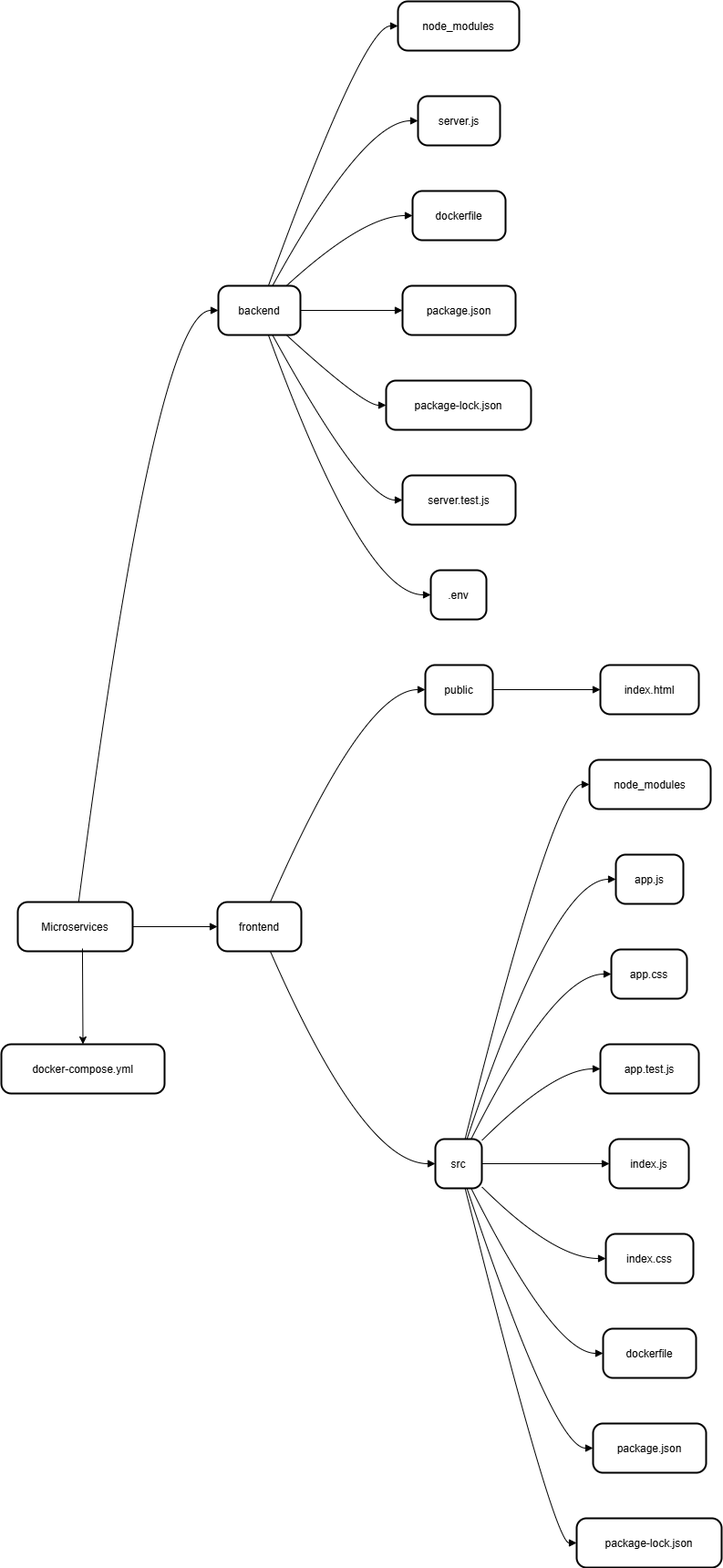
The draw.io diagram Microservices/images/MicroServices.drawio.png in ANANA1218/MicroServices, before a commit. Source tidied: cells renumbered, new cells last; positions are measured from the earlier drawing's top-left corner, leaving out a move shared by most shapes. The source it was exported from:
```xml
<mxGraphModel>
  <root>
    <mxCell id="0" />
    <mxCell id="1" parent="0" />
    <mxCell id="2" value="Microservices" style="rounded=1;arcSize=20;strokeWidth=2;" parent="1" vertex="1">
      <mxGeometry x="18" y="988" width="126" height="54" as="geometry" />
    </mxCell>
    <mxCell id="3" value="backend" style="rounded=1;arcSize=20;strokeWidth=2;" parent="1" vertex="1">
      <mxGeometry x="238" y="312" width="90" height="54" as="geometry" />
    </mxCell>
    <mxCell id="4" value="node_modules" style="rounded=1;arcSize=20;strokeWidth=2;" parent="1" vertex="1">
      <mxGeometry x="435" width="133" height="54" as="geometry" />
    </mxCell>
    <mxCell id="5" value="server.js" style="rounded=1;arcSize=20;strokeWidth=2;" parent="1" vertex="1">
      <mxGeometry x="457" y="104" width="90" height="54" as="geometry" />
    </mxCell>
    <mxCell id="6" value="dockerfile" style="rounded=1;arcSize=20;strokeWidth=2;" parent="1" vertex="1">
      <mxGeometry x="451" y="208" width="102" height="54" as="geometry" />
    </mxCell>
    <mxCell id="7" value="package.json" style="rounded=1;arcSize=20;strokeWidth=2;" parent="1" vertex="1">
      <mxGeometry x="440" y="312" width="124" height="54" as="geometry" />
    </mxCell>
    <mxCell id="8" value="package-lock.json" style="rounded=1;arcSize=20;strokeWidth=2;" parent="1" vertex="1">
      <mxGeometry x="422" y="416" width="159" height="54" as="geometry" />
    </mxCell>
    <mxCell id="9" value="server.test.js" style="rounded=1;arcSize=20;strokeWidth=2;" parent="1" vertex="1">
      <mxGeometry x="440" y="520" width="124" height="54" as="geometry" />
    </mxCell>
    <mxCell id="10" value=".env" style="rounded=1;arcSize=20;strokeWidth=2;" parent="1" vertex="1">
      <mxGeometry x="471" y="624" width="61" height="54" as="geometry" />
    </mxCell>
    <mxCell id="11" value="frontend" style="rounded=1;arcSize=20;strokeWidth=2;" parent="1" vertex="1">
      <mxGeometry x="237" y="988" width="92" height="54" as="geometry" />
    </mxCell>
    <mxCell id="12" value="public" style="rounded=1;arcSize=20;strokeWidth=2;" parent="1" vertex="1">
      <mxGeometry x="465" y="728" width="74" height="54" as="geometry" />
    </mxCell>
    <mxCell id="13" value="index.html" style="rounded=1;arcSize=20;strokeWidth=2;" parent="1" vertex="1">
      <mxGeometry x="657" y="728" width="108" height="54" as="geometry" />
    </mxCell>
    <mxCell id="14" value="src" style="rounded=1;arcSize=20;strokeWidth=2;" parent="1" vertex="1">
      <mxGeometry x="476" y="1248" width="51" height="54" as="geometry" />
    </mxCell>
    <mxCell id="15" value="node_modules" style="rounded=1;arcSize=20;strokeWidth=2;" parent="1" vertex="1">
      <mxGeometry x="645" y="832" width="133" height="54" as="geometry" />
    </mxCell>
    <mxCell id="16" value="app.js" style="rounded=1;arcSize=20;strokeWidth=2;" parent="1" vertex="1">
      <mxGeometry x="674" y="936" width="74" height="54" as="geometry" />
    </mxCell>
    <mxCell id="17" value="app.css" style="rounded=1;arcSize=20;strokeWidth=2;" parent="1" vertex="1">
      <mxGeometry x="669" y="1040" width="83" height="54" as="geometry" />
    </mxCell>
    <mxCell id="18" value="app.test.js" style="rounded=1;arcSize=20;strokeWidth=2;" parent="1" vertex="1">
      <mxGeometry x="657" y="1144" width="108" height="54" as="geometry" />
    </mxCell>
    <mxCell id="19" value="index.js" style="rounded=1;arcSize=20;strokeWidth=2;" parent="1" vertex="1">
      <mxGeometry x="667" y="1248" width="87" height="54" as="geometry" />
    </mxCell>
    <mxCell id="20" value="index.css" style="rounded=1;arcSize=20;strokeWidth=2;" parent="1" vertex="1">
      <mxGeometry x="663" y="1352" width="96" height="54" as="geometry" />
    </mxCell>
    <mxCell id="21" value="dockerfile" style="rounded=1;arcSize=20;strokeWidth=2;" parent="1" vertex="1">
      <mxGeometry x="660" y="1456" width="102" height="54" as="geometry" />
    </mxCell>
    <mxCell id="22" value="package.json" style="rounded=1;arcSize=20;strokeWidth=2;" parent="1" vertex="1">
      <mxGeometry x="649" y="1560" width="124" height="54" as="geometry" />
    </mxCell>
    <mxCell id="23" value="package-lock.json" style="rounded=1;arcSize=20;strokeWidth=2;" parent="1" vertex="1">
      <mxGeometry x="631" y="1664" width="159" height="54" as="geometry" />
    </mxCell>
    <mxCell id="24" value="docker-compose.yml" style="rounded=1;arcSize=20;strokeWidth=2;" parent="1" vertex="1">
      <mxGeometry y="1144" width="179" height="54" as="geometry" />
    </mxCell>
    <mxCell id="25" style="curved=1;startArrow=none;endArrow=block;exitX=0.53;exitY=0;entryX=0;entryY=0.5;" parent="1" edge="1" source="2" target="3">
      <mxGeometry relative="1" as="geometry">
        <Array as="points">
          <mxPoint x="169" y="339" />
        </Array>
      </mxGeometry>
    </mxCell>
    <mxCell id="26" style="curved=1;startArrow=none;endArrow=block;exitX=0.61;exitY=0;entryX=0;entryY=0.5;" parent="1" edge="1" source="3" target="4">
      <mxGeometry relative="1" as="geometry">
        <Array as="points">
          <mxPoint x="397" y="27" />
        </Array>
      </mxGeometry>
    </mxCell>
    <mxCell id="27" style="curved=1;startArrow=none;endArrow=block;exitX=0.66;exitY=0;entryX=0;entryY=0.5;" parent="1" edge="1" source="3" target="5">
      <mxGeometry relative="1" as="geometry">
        <Array as="points">
          <mxPoint x="397" y="131" />
        </Array>
      </mxGeometry>
    </mxCell>
    <mxCell id="28" style="curved=1;startArrow=none;endArrow=block;exitX=0.83;exitY=0;entryX=0;entryY=0.5;" parent="1" edge="1" source="3" target="6">
      <mxGeometry relative="1" as="geometry">
        <Array as="points">
          <mxPoint x="397" y="235" />
        </Array>
      </mxGeometry>
    </mxCell>
    <mxCell id="29" style="curved=1;startArrow=none;endArrow=block;exitX=1;exitY=0.5;entryX=0;entryY=0.5;" parent="1" edge="1" source="3" target="7">
      <mxGeometry relative="1" as="geometry" />
    </mxCell>
    <mxCell id="30" style="curved=1;startArrow=none;endArrow=block;exitX=0.83;exitY=1;entryX=0;entryY=0.5;" parent="1" edge="1" source="3" target="8">
      <mxGeometry relative="1" as="geometry">
        <Array as="points">
          <mxPoint x="397" y="443" />
        </Array>
      </mxGeometry>
    </mxCell>
    <mxCell id="31" style="curved=1;startArrow=none;endArrow=block;exitX=0.66;exitY=1;entryX=0;entryY=0.5;" parent="1" edge="1" source="3" target="9">
      <mxGeometry relative="1" as="geometry">
        <Array as="points">
          <mxPoint x="397" y="547" />
        </Array>
      </mxGeometry>
    </mxCell>
    <mxCell id="32" style="curved=1;startArrow=none;endArrow=block;exitX=0.61;exitY=1;entryX=0;entryY=0.5;" parent="1" edge="1" source="3" target="10">
      <mxGeometry relative="1" as="geometry">
        <Array as="points">
          <mxPoint x="397" y="651" />
        </Array>
      </mxGeometry>
    </mxCell>
    <mxCell id="33" style="curved=1;startArrow=none;endArrow=block;exitX=1;exitY=0.5;entryX=0;entryY=0.5;" parent="1" edge="1" source="2" target="11">
      <mxGeometry relative="1" as="geometry" />
    </mxCell>
    <mxCell id="34" style="curved=1;startArrow=none;endArrow=block;exitX=0.63;exitY=0;entryX=0;entryY=0.5;" parent="1" edge="1" source="11" target="12">
      <mxGeometry relative="1" as="geometry">
        <Array as="points">
          <mxPoint x="397" y="755" />
        </Array>
      </mxGeometry>
    </mxCell>
    <mxCell id="35" style="curved=1;startArrow=none;endArrow=block;exitX=1;exitY=0.5;entryX=0;entryY=0.5;" parent="1" edge="1" source="12" target="13">
      <mxGeometry relative="1" as="geometry" />
    </mxCell>
    <mxCell id="36" style="curved=1;startArrow=none;endArrow=block;exitX=0.63;exitY=1;entryX=0.01;entryY=0.5;" parent="1" edge="1" source="11" target="14">
      <mxGeometry relative="1" as="geometry">
        <Array as="points">
          <mxPoint x="397" y="1275" />
        </Array>
      </mxGeometry>
    </mxCell>
    <mxCell id="37" style="curved=1;startArrow=none;endArrow=block;exitX=0.64;exitY=0;entryX=0;entryY=0.5;" parent="1" edge="1" source="14" target="15">
      <mxGeometry relative="1" as="geometry">
        <Array as="points">
          <mxPoint x="606" y="859" />
        </Array>
      </mxGeometry>
    </mxCell>
    <mxCell id="38" style="curved=1;startArrow=none;endArrow=block;exitX=0.68;exitY=0;entryX=0;entryY=0.5;" parent="1" edge="1" source="14" target="16">
      <mxGeometry relative="1" as="geometry">
        <Array as="points">
          <mxPoint x="606" y="963" />
        </Array>
      </mxGeometry>
    </mxCell>
    <mxCell id="39" style="curved=1;startArrow=none;endArrow=block;exitX=0.77;exitY=0;entryX=0.01;entryY=0.5;" parent="1" edge="1" source="14" target="17">
      <mxGeometry relative="1" as="geometry">
        <Array as="points">
          <mxPoint x="606" y="1067" />
        </Array>
      </mxGeometry>
    </mxCell>
    <mxCell id="40" style="curved=1;startArrow=none;endArrow=block;exitX=1;exitY=0.03;entryX=0;entryY=0.5;" parent="1" edge="1" source="14" target="18">
      <mxGeometry relative="1" as="geometry">
        <Array as="points">
          <mxPoint x="606" y="1171" />
        </Array>
      </mxGeometry>
    </mxCell>
    <mxCell id="41" style="curved=1;startArrow=none;endArrow=block;exitX=1;exitY=0.5;entryX=0;entryY=0.5;" parent="1" edge="1" source="14" target="19">
      <mxGeometry relative="1" as="geometry" />
    </mxCell>
    <mxCell id="42" style="curved=1;startArrow=none;endArrow=block;exitX=1;exitY=0.97;entryX=0;entryY=0.5;" parent="1" edge="1" source="14" target="20">
      <mxGeometry relative="1" as="geometry">
        <Array as="points">
          <mxPoint x="606" y="1379" />
        </Array>
      </mxGeometry>
    </mxCell>
    <mxCell id="43" style="curved=1;startArrow=none;endArrow=block;exitX=0.77;exitY=1;entryX=0;entryY=0.5;" parent="1" edge="1" source="14" target="21">
      <mxGeometry relative="1" as="geometry">
        <Array as="points">
          <mxPoint x="606" y="1483" />
        </Array>
      </mxGeometry>
    </mxCell>
    <mxCell id="44" style="curved=1;startArrow=none;endArrow=block;exitX=0.68;exitY=1;entryX=0;entryY=0.5;" parent="1" edge="1" source="14" target="22">
      <mxGeometry relative="1" as="geometry">
        <Array as="points">
          <mxPoint x="606" y="1587" />
        </Array>
      </mxGeometry>
    </mxCell>
    <mxCell id="45" style="curved=1;startArrow=none;endArrow=block;exitX=0.64;exitY=1;entryX=0;entryY=0.5;" parent="1" edge="1" source="14" target="23">
      <mxGeometry relative="1" as="geometry">
        <Array as="points">
          <mxPoint x="606" y="1691" />
        </Array>
      </mxGeometry>
    </mxCell>
    <mxCell id="46" style="endArrow=classic;html=1;rounded=0;entryX=0.5;entryY=0;entryDx=0;entryDy=0;exitX=0.563;exitY=0.944;exitDx=0;exitDy=0;exitPerimeter=0;" parent="1" edge="1" source="2" target="24">
      <mxGeometry relative="1" as="geometry" />
    </mxCell>
  </root>
</mxGraphModel>
```
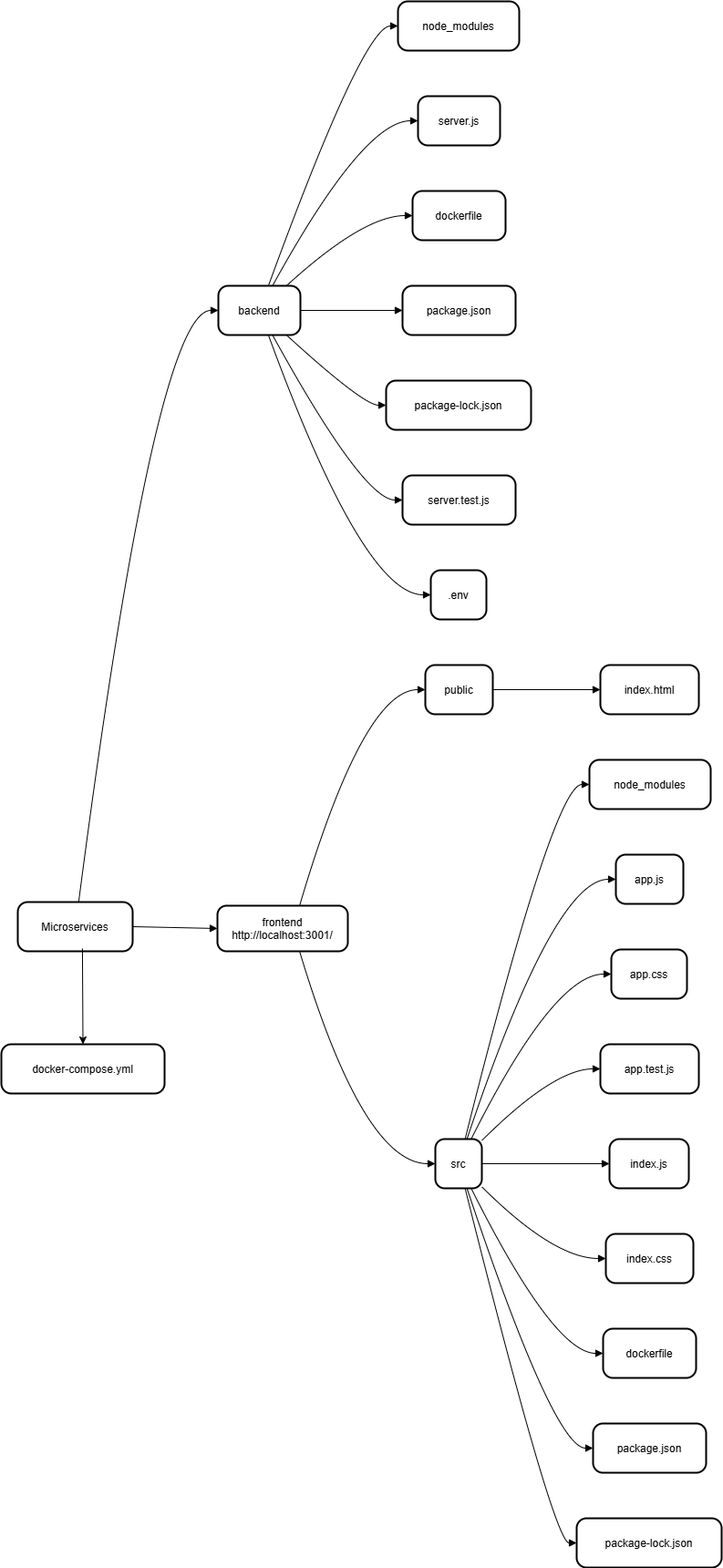
Later version of the same file.

Commit message:
Mettre à jour MicroServices.drawio.png

Change to the diagram source:
```diff
@@ -29,8 +29,8 @@
     <mxCell id="10" value=".env" style="rounded=1;arcSize=20;strokeWidth=2;" parent="1" vertex="1">
       <mxGeometry x="471" y="624" width="61" height="54" as="geometry" />
     </mxCell>
-    <mxCell id="11" value="frontend" style="rounded=1;arcSize=20;strokeWidth=2;" parent="1" vertex="1">
-      <mxGeometry x="237" y="988" width="92" height="54" as="geometry" />
+    <mxCell id="11" value="frontend&#10;http://localhost:3001/" style="rounded=1;arcSize=20;strokeWidth=2;" parent="1" vertex="1">
+      <mxGeometry x="237" y="992" width="143" height="50" as="geometry" />
     </mxCell>
     <mxCell id="12" value="public" style="rounded=1;arcSize=20;strokeWidth=2;" parent="1" vertex="1">
       <mxGeometry x="465" y="728" width="74" height="54" as="geometry" />
```
